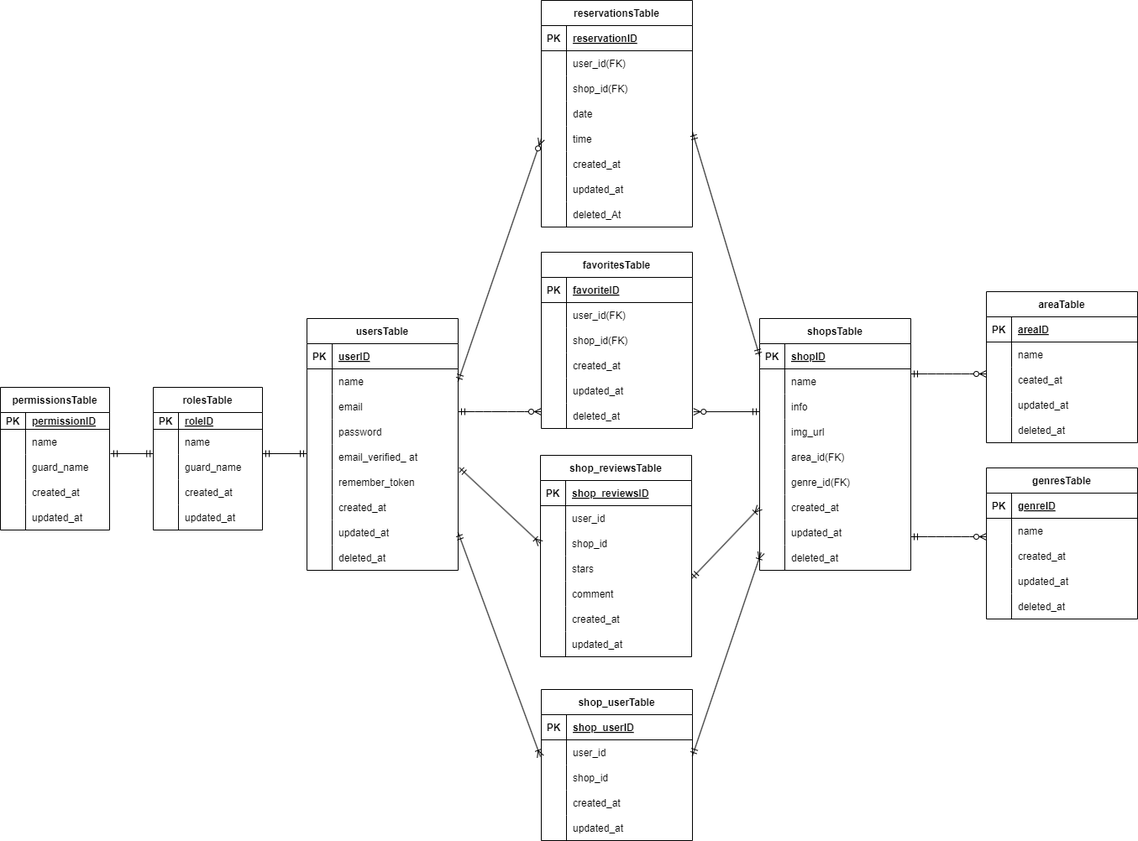
The draw.io diagram docs/er.drawio.png in kozuka-yuko/Rese, before a commit. Source tidied: cells renumbered, new cells last; positions are measured from the earlier drawing's top-left corner, leaving out a move shared by most shapes.
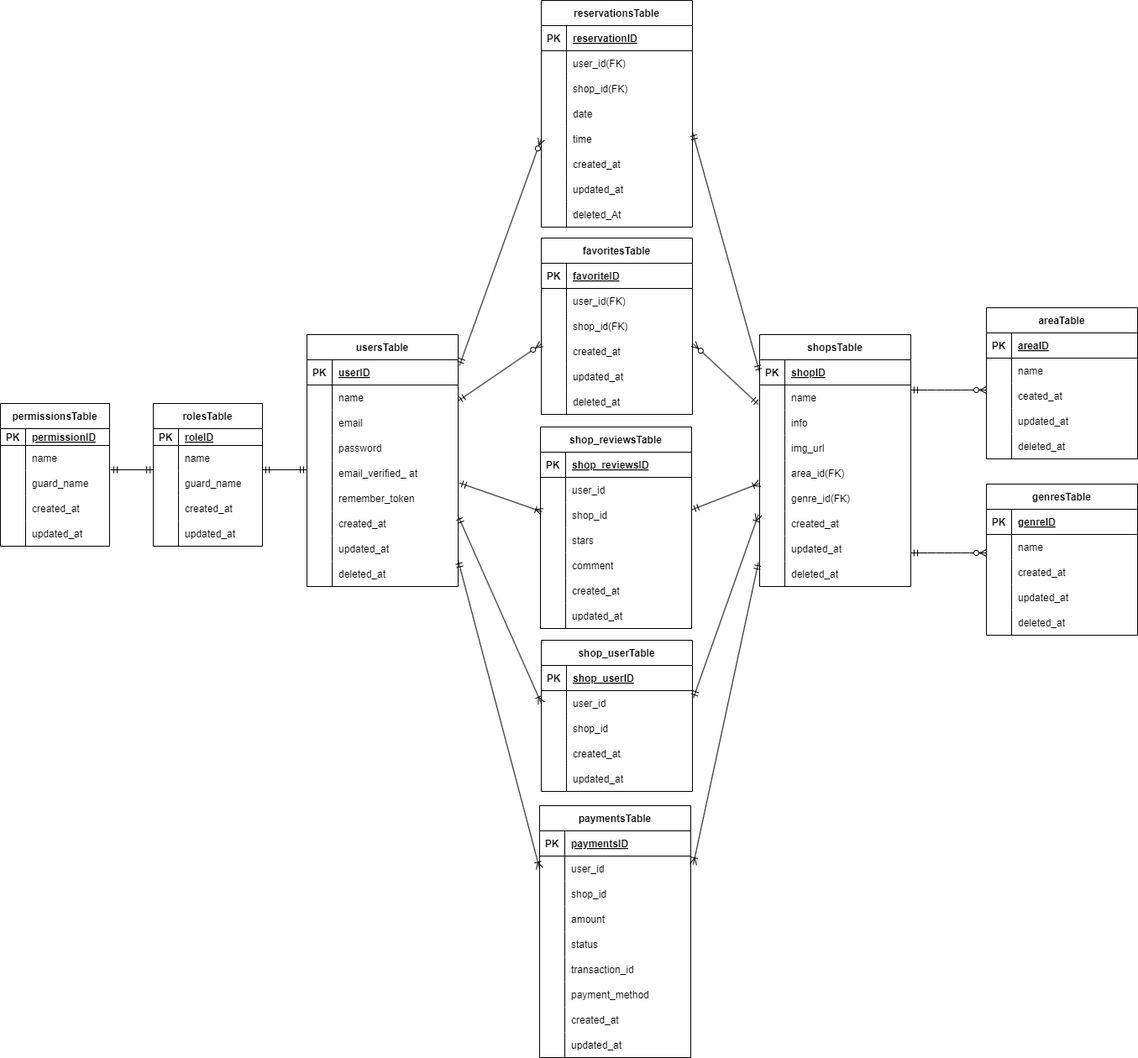
After the commit.

What changed in the source:
```diff
@@ -87,7 +87,7 @@
       <mxGeometry x="30" width="150" height="30" as="geometry" />
     </mxCell>
     <mxCell id="30" value="reservationsTable" style="shape=table;startSize=30;rowLines=0;fontStyle=1;align=center;" parent="1" vertex="1">
-      <mxGeometry x="644" width="180" height="270" as="geometry" />
+      <mxGeometry x="644" y="-19" width="180" height="270" as="geometry" />
     </mxCell>
     <mxCell id="31" style="shape=tableRow;horizontal=0;startSize=0;swimlaneHead=0;swimlaneBody=0;fillColor=none;top=0;left=0;right=0;bottom=1;" parent="30" vertex="1">
       <mxGeometry y="30" width="180" height="30" as="geometry" />
@@ -162,7 +162,7 @@
       <mxGeometry x="30" width="150" height="30" as="geometry" />
     </mxCell>
     <mxCell id="55" value="favoritesTable" style="shape=table;startSize=30;rowLines=0;fontStyle=1;align=center;" parent="1" vertex="1">
-      <mxGeometry x="644" y="300" width="180" height="210" as="geometry" />
+      <mxGeometry x="644" y="264" width="180" height="210" as="geometry" />
     </mxCell>
     <mxCell id="56" style="shape=tableRow;horizontal=0;startSize=0;swimlaneHead=0;swimlaneBody=0;fillColor=none;top=0;left=0;right=0;bottom=1;" parent="55" vertex="1">
       <mxGeometry y="30" width="180" height="30" as="geometry" />
@@ -398,24 +398,21 @@
     <mxCell id="133" value="deleted_at" style="shape=partialRectangle;fillColor=none;top=0;left=0;bottom=0;right=0;align=left;spacingLeft=6;overflow=hidden;" parent="131" vertex="1">
       <mxGeometry x="30" width="150" height="30" as="geometry" />
     </mxCell>
-    <mxCell id="134" style="fontSize=12;html=1;endArrow=ERzeroToMany;startArrow=ERmandOne;exitX=1;exitY=0.5;exitDx=0;exitDy=0;entryX=0;entryY=0.5;entryDx=0;entryDy=0;" parent="1" edge="1" target="43">
-      <mxGeometry relative="1" as="geometry">
-        <mxPoint x="545" y="454" as="sourcePoint" />
-      </mxGeometry>
+    <mxCell id="134" style="fontSize=12;html=1;endArrow=ERzeroToMany;startArrow=ERmandOne;exitX=1.009;exitY=0.227;exitDx=0;exitDy=0;entryX=0;entryY=0.5;entryDx=0;entryDy=0;exitPerimeter=0;" parent="1" edge="1" source="3" target="43">
+      <mxGeometry relative="1" as="geometry" />
     </mxCell>
-    <mxCell id="135" style="edgeStyle=entityRelationEdgeStyle;fontSize=12;html=1;endArrow=ERzeroToMany;startArrow=ERmandOne;" parent="1" edge="1">
+    <mxCell id="135" style="fontSize=12;html=1;endArrow=ERzeroToMany;startArrow=ERmandOne;entryX=0.001;entryY=0.273;entryDx=0;entryDy=0;entryPerimeter=0;" parent="1" edge="1">
       <mxGeometry relative="1" as="geometry">
-        <mxPoint x="545" y="490" as="sourcePoint" />
-        <mxPoint x="644" y="490" as="targetPoint" />
+        <mxPoint x="545" y="458" as="sourcePoint" />
+        <mxPoint x="644.2" y="390.2" as="targetPoint" />
       </mxGeometry>
     </mxCell>
     <mxCell id="136" style="fontSize=12;html=1;endArrow=ERmandOne;startArrow=ERmandOne;exitX=1.001;exitY=0.24;exitDx=0;exitDy=0;exitPerimeter=0;entryX=0;entryY=0.5;entryDx=0;entryDy=0;" parent="1" edge="1" source="43" target="75">
       <mxGeometry relative="1" as="geometry" />
     </mxCell>
-    <mxCell id="137" style="fontSize=12;html=1;endArrow=ERzeroToMany;startArrow=ERmandOne;entryX=1.007;entryY=0.11;entryDx=0;entryDy=0;entryPerimeter=0;" parent="1" edge="1">
+    <mxCell id="137" style="fontSize=12;html=1;endArrow=ERzeroToMany;startArrow=ERmandOne;exitX=-0.008;exitY=0.773;exitDx=0;exitDy=0;exitPerimeter=0;" parent="1" edge="1" source="78">
       <mxGeometry relative="1" as="geometry">
-        <mxPoint x="904" y="490" as="sourcePoint" />
-        <mxPoint x="825.3" y="490.1" as="targetPoint" />
+        <mxPoint x="825" y="390" as="targetPoint" />
       </mxGeometry>
     </mxCell>
     <mxCell id="138" style="edgeStyle=entityRelationEdgeStyle;fontSize=12;html=1;endArrow=ERzeroToMany;startArrow=ERmandOne;" parent="1" edge="1">
@@ -539,7 +536,7 @@
       </mxGeometry>
     </mxCell>
     <mxCell id="174" value="shop_reviewsTable" style="shape=table;startSize=30;rowLines=0;fontStyle=1;align=center;" parent="1" vertex="1">
-      <mxGeometry x="643" y="542" width="180" height="240" as="geometry" />
+      <mxGeometry x="643" y="489" width="180" height="240" as="geometry" />
     </mxCell>
     <mxCell id="175" style="shape=tableRow;horizontal=0;startSize=0;swimlaneHead=0;swimlaneBody=0;fillColor=none;top=0;left=0;right=0;bottom=1;" parent="174" vertex="1">
       <mxGeometry y="30" width="180" height="30" as="geometry" />
@@ -605,7 +602,7 @@
       <mxGeometry x="30" width="150" height="30" as="geometry" />
     </mxCell>
     <mxCell id="196" value="shop_userTable" style="shape=table;startSize=30;rowLines=0;fontStyle=1;align=center;" parent="1" vertex="1">
-      <mxGeometry x="644" y="821" width="180" height="180" as="geometry" />
+      <mxGeometry x="644" y="743" width="180" height="180" as="geometry" />
     </mxCell>
     <mxCell id="197" style="shape=tableRow;horizontal=0;startSize=0;swimlaneHead=0;swimlaneBody=0;fillColor=none;top=0;left=0;right=0;bottom=1;" parent="196" vertex="1">
       <mxGeometry y="30" width="180" height="30" as="geometry" />
@@ -652,24 +649,115 @@
     <mxCell id="211" value="updated_at" style="shape=partialRectangle;fillColor=none;top=0;left=0;bottom=0;right=0;align=left;spacingLeft=6;overflow=hidden;" parent="209" vertex="1">
       <mxGeometry x="30" width="150" height="30" as="geometry" />
     </mxCell>
-    <mxCell id="212" style="fontSize=12;html=1;endArrow=ERoneToMany;startArrow=ERmandOne;exitX=1.001;exitY=0.887;exitDx=0;exitDy=0;exitPerimeter=0;entryX=0;entryY=0.5;entryDx=0;entryDy=0;" parent="1" edge="1" source="184" target="93">
-      <mxGeometry relative="1" as="geometry" />
+    <mxCell id="212" style="fontSize=12;html=1;endArrow=ERoneToMany;startArrow=ERmandOne;exitX=1.001;exitY=0.887;exitDx=0;exitDy=0;exitPerimeter=0;entryX=0;entryY=0.5;entryDx=0;entryDy=0;" parent="1" edge="1">
+      <mxGeometry relative="1" as="geometry">
+        <mxPoint x="823.2" y="587.6" as="sourcePoint" />
+        <mxPoint x="904" y="556" as="targetPoint" />
+      </mxGeometry>
     </mxCell>
-    <mxCell id="213" style="fontSize=12;html=1;endArrow=ERoneToMany;startArrow=ERmandOne;entryX=0.01;entryY=0.293;entryDx=0;entryDy=0;entryPerimeter=0;" parent="1" edge="1" target="99">
-      <mxGeometry relative="1" as="geometry">
-        <mxPoint x="824" y="900" as="sourcePoint" />
-      </mxGeometry>
+    <mxCell id="213" style="fontSize=12;html=1;endArrow=ERoneToMany;startArrow=ERmandOne;entryX=-0.008;entryY=1.147;entryDx=0;entryDy=0;entryPerimeter=0;exitX=1.006;exitY=0.293;exitDx=0;exitDy=0;exitPerimeter=0;" parent="1" edge="1" source="200" target="90">
+      <mxGeometry relative="1" as="geometry" />
     </mxCell>
-    <mxCell id="214" style="fontSize=12;html=1;endArrow=ERoneToMany;startArrow=ERmandOne;entryX=0;entryY=0.5;entryDx=0;entryDy=0;exitX=1.013;exitY=-0.08;exitDx=0;exitDy=0;exitPerimeter=0;" parent="1" edge="1">
+    <mxCell id="214" style="fontSize=12;html=1;endArrow=ERoneToMany;startArrow=ERmandOne;exitX=1.013;exitY=-0.08;exitDx=0;exitDy=0;exitPerimeter=0;" parent="1" edge="1">
       <mxGeometry relative="1" as="geometry">
-        <mxPoint x="546.3" y="556.6" as="sourcePoint" />
-        <mxPoint x="643" y="647" as="targetPoint" />
+        <mxPoint x="546.3" y="555.6" as="sourcePoint" />
+        <mxPoint x="645" y="590" as="targetPoint" />
       </mxGeometry>
     </mxCell>
-    <mxCell id="215" style="fontSize=12;html=1;endArrow=ERoneToMany;startArrow=ERmandOne;exitX=1;exitY=0.5;exitDx=0;exitDy=0;" parent="1" edge="1" source="24">
-      <mxGeometry relative="1" as="geometry">
-        <mxPoint x="643" y="901" as="targetPoint" />
-      </mxGeometry>
+    <mxCell id="215" style="fontSize=12;html=1;endArrow=ERoneToMany;startArrow=ERmandOne;exitX=1;exitY=1.2;exitDx=0;exitDy=0;entryX=0;entryY=0.5;entryDx=0;entryDy=0;exitPerimeter=0;" parent="1" edge="1" source="18" target="200">
+      <mxGeometry relative="1" as="geometry" />
     </mxCell>
+    <mxCell id="216" value="paymentsTable" style="shape=table;startSize=30;rowLines=0;fontStyle=1;align=center;" parent="1" vertex="1">
+      <mxGeometry x="642" y="940" width="180" height="300" as="geometry" />
+    </mxCell>
+    <mxCell id="217" style="shape=tableRow;horizontal=0;startSize=0;swimlaneHead=0;swimlaneBody=0;fillColor=none;top=0;left=0;right=0;bottom=1;" parent="216" vertex="1">
+      <mxGeometry y="30" width="180" height="30" as="geometry" />
+    </mxCell>
+    <mxCell id="218" value="PK" style="shape=partialRectangle;fillColor=none;top=0;left=0;bottom=0;right=0;fontStyle=1;overflow=hidden;" parent="217" vertex="1">
+      <mxGeometry width="30" height="30" as="geometry" />
+    </mxCell>
+    <mxCell id="219" value="paymentsID" style="shape=partialRectangle;fillColor=none;top=0;left=0;bottom=0;right=0;align=left;spacingLeft=6;fontStyle=5;overflow=hidden;" parent="217" vertex="1">
+      <mxGeometry x="30" width="150" height="30" as="geometry" />
+    </mxCell>
+    <mxCell id="220" style="shape=tableRow;horizontal=0;startSize=0;swimlaneHead=0;swimlaneBody=0;fillColor=none;points=[[0,0.5],[1,0.5]];portConstraint=eastwest;top=0;left=0;right=0;bottom=0;" parent="216" vertex="1">
+      <mxGeometry y="60" width="180" height="30" as="geometry" />
+    </mxCell>
+    <mxCell id="221" style="shape=partialRectangle;fillColor=none;top=0;left=0;bottom=0;right=0;overflow=hidden;" parent="220" vertex="1">
+      <mxGeometry width="30" height="30" as="geometry" />
+    </mxCell>
+    <mxCell id="222" value="user_id" style="shape=partialRectangle;fillColor=none;top=0;left=0;bottom=0;right=0;align=left;spacingLeft=6;overflow=hidden;" parent="220" vertex="1">
+      <mxGeometry x="30" width="150" height="30" as="geometry" />
+    </mxCell>
+    <mxCell id="223" style="shape=tableRow;horizontal=0;startSize=0;swimlaneHead=0;swimlaneBody=0;fillColor=none;top=0;left=0;right=0;bottom=0;" parent="216" vertex="1">
+      <mxGeometry y="90" width="180" height="30" as="geometry" />
+    </mxCell>
+    <mxCell id="224" style="shape=partialRectangle;fillColor=none;top=0;left=0;bottom=0;right=0;overflow=hidden;" parent="223" vertex="1">
+      <mxGeometry width="30" height="30" as="geometry" />
+    </mxCell>
+    <mxCell id="225" value="shop_id" style="shape=partialRectangle;fillColor=none;top=0;left=0;bottom=0;right=0;align=left;spacingLeft=6;overflow=hidden;" parent="223" vertex="1">
+      <mxGeometry x="30" width="150" height="30" as="geometry" />
+    </mxCell>
+    <mxCell id="226" style="shape=tableRow;horizontal=0;startSize=0;swimlaneHead=0;swimlaneBody=0;fillColor=none;top=0;left=0;right=0;bottom=0;" parent="216" vertex="1">
+      <mxGeometry y="120" width="180" height="30" as="geometry" />
+    </mxCell>
+    <mxCell id="227" style="shape=partialRectangle;fillColor=none;top=0;left=0;bottom=0;right=0;overflow=hidden;" parent="226" vertex="1">
+      <mxGeometry width="30" height="30" as="geometry" />
+    </mxCell>
+    <mxCell id="228" value="amount" style="shape=partialRectangle;fillColor=none;top=0;left=0;bottom=0;right=0;align=left;spacingLeft=6;overflow=hidden;" parent="226" vertex="1">
+      <mxGeometry x="30" width="150" height="30" as="geometry" />
+    </mxCell>
+    <mxCell id="229" style="shape=tableRow;horizontal=0;startSize=0;swimlaneHead=0;swimlaneBody=0;fillColor=none;top=0;left=0;right=0;bottom=0;" parent="216" vertex="1">
+      <mxGeometry y="150" width="180" height="30" as="geometry" />
+    </mxCell>
+    <mxCell id="230" style="shape=partialRectangle;fillColor=none;top=0;left=0;bottom=0;right=0;overflow=hidden;" parent="229" vertex="1">
+      <mxGeometry width="30" height="30" as="geometry" />
+    </mxCell>
+    <mxCell id="231" value="status" style="shape=partialRectangle;fillColor=none;top=0;left=0;bottom=0;right=0;align=left;spacingLeft=6;overflow=hidden;" parent="229" vertex="1">
+      <mxGeometry x="30" width="150" height="30" as="geometry" />
+    </mxCell>
+    <mxCell id="232" style="shape=tableRow;horizontal=0;startSize=0;swimlaneHead=0;swimlaneBody=0;fillColor=none;top=0;left=0;right=0;bottom=0;" parent="216" vertex="1">
+      <mxGeometry y="180" width="180" height="30" as="geometry" />
+    </mxCell>
+    <mxCell id="233" style="shape=partialRectangle;fillColor=none;top=0;left=0;bottom=0;right=0;overflow=hidden;" parent="232" vertex="1">
+      <mxGeometry width="30" height="30" as="geometry" />
+    </mxCell>
+    <mxCell id="234" value="transaction_id" style="shape=partialRectangle;fillColor=none;top=0;left=0;bottom=0;right=0;align=left;spacingLeft=6;overflow=hidden;" parent="232" vertex="1">
+      <mxGeometry x="30" width="150" height="30" as="geometry" />
+    </mxCell>
+    <mxCell id="235" style="shape=tableRow;horizontal=0;startSize=0;swimlaneHead=0;swimlaneBody=0;fillColor=none;top=0;left=0;right=0;bottom=0;" parent="216" vertex="1">
+      <mxGeometry y="210" width="180" height="30" as="geometry" />
+    </mxCell>
+    <mxCell id="236" style="shape=partialRectangle;fillColor=none;top=0;left=0;bottom=0;right=0;overflow=hidden;" parent="235" vertex="1">
+      <mxGeometry width="30" height="30" as="geometry" />
+    </mxCell>
+    <mxCell id="237" value="payment_method" style="shape=partialRectangle;fillColor=none;top=0;left=0;bottom=0;right=0;align=left;spacingLeft=6;overflow=hidden;" parent="235" vertex="1">
+      <mxGeometry x="30" width="150" height="30" as="geometry" />
+    </mxCell>
+    <mxCell id="238" style="shape=tableRow;horizontal=0;startSize=0;swimlaneHead=0;swimlaneBody=0;fillColor=none;top=0;left=0;right=0;bottom=0;" parent="216" vertex="1">
+      <mxGeometry y="240" width="180" height="30" as="geometry" />
+    </mxCell>
+    <mxCell id="239" style="shape=partialRectangle;fillColor=none;top=0;left=0;bottom=0;right=0;overflow=hidden;" parent="238" vertex="1">
+      <mxGeometry width="30" height="30" as="geometry" />
+    </mxCell>
+    <mxCell id="240" value="created_at" style="shape=partialRectangle;fillColor=none;top=0;left=0;bottom=0;right=0;align=left;spacingLeft=6;overflow=hidden;" parent="238" vertex="1">
+      <mxGeometry x="30" width="150" height="30" as="geometry" />
+    </mxCell>
+    <mxCell id="241" style="shape=tableRow;horizontal=0;startSize=0;swimlaneHead=0;swimlaneBody=0;fillColor=none;top=0;left=0;right=0;bottom=0;" parent="216" vertex="1">
+      <mxGeometry y="270" width="180" height="30" as="geometry" />
+    </mxCell>
+    <mxCell id="242" style="shape=partialRectangle;fillColor=none;top=0;left=0;bottom=0;right=0;overflow=hidden;" parent="241" vertex="1">
+      <mxGeometry width="30" height="30" as="geometry" />
+    </mxCell>
+    <mxCell id="243" value="updated_at" style="shape=partialRectangle;fillColor=none;top=0;left=0;bottom=0;right=0;align=left;spacingLeft=6;overflow=hidden;" parent="241" vertex="1">
+      <mxGeometry x="30" width="150" height="30" as="geometry" />
+    </mxCell>
+    <mxCell id="244" style="fontSize=12;html=1;endArrow=ERoneToMany;startArrow=ERmandOne;entryX=0;entryY=0.5;entryDx=0;entryDy=0;exitX=1;exitY=0.96;exitDx=0;exitDy=0;exitPerimeter=0;" parent="1" edge="1" source="24" target="220">
+      <mxGeometry relative="1" as="geometry" />
+    </mxCell>
+    <mxCell id="245" style="fontSize=12;html=1;endArrow=ERoneToMany;startArrow=ERmandOne;exitX=-0.008;exitY=0.04;exitDx=0;exitDy=0;exitPerimeter=0;" parent="1" edge="1" source="99">
+      <mxGeometry relative="1" as="geometry">
+        <mxPoint x="825" y="1010" as="targetPoint" />
+      </mxGeometry>
+    </mxCell>
   </root>
 </mxGraphModel>
```
